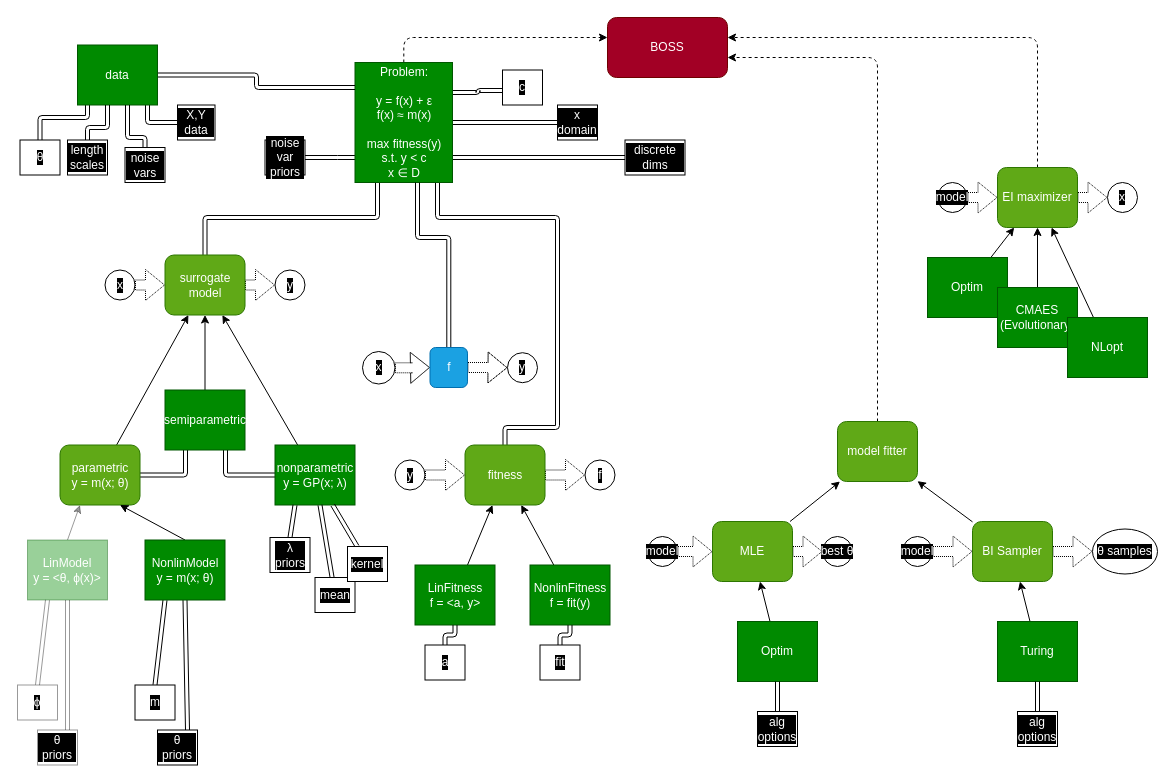
Above: boss.drawio in soldasim/BOSS.jl (draw.io), before the change. Source tidied: cells renumbered, new cells numbered last; positions are measured from the earlier drawing's top-left corner, leaving out a move shared by most shapes. Both pictures are drawn from the tidied source at 100%, with x=0, y=0 at pixel (17, 17).
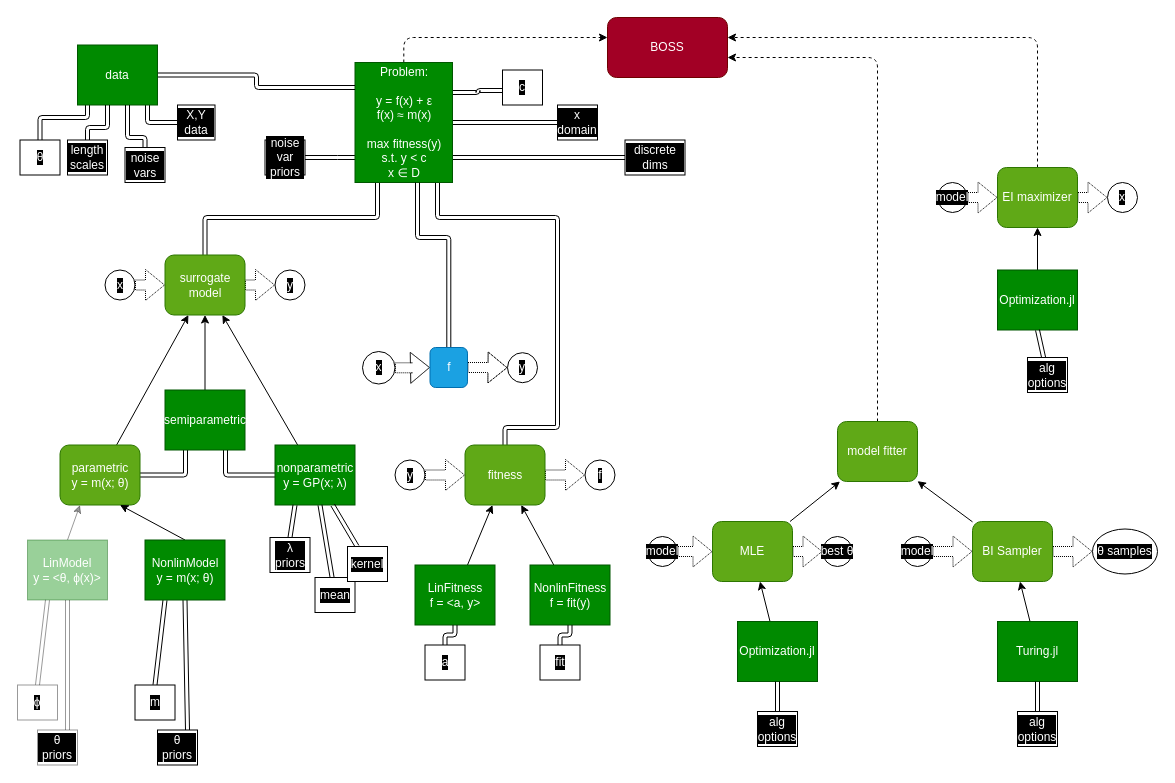
The same page after the edit.

The change refers to these unchanged cells:
```xml
<mxCell id="11" value="EI maximizer" style="rounded=1;whiteSpace=wrap;html=1;fillColor=#60a917;fontColor=#ffffff;strokeColor=#2D7600;" parent="1" vertex="1">
  <mxGeometry x="980" y="150" width="80" height="60" as="geometry" />
</mxCell>
```

Diff of the diagram source:
```diff
@@
-    <mxCell id="33" value="Optim" style="rounded=0;whiteSpace=wrap;html=1;fillColor=#008a00;fontColor=#ffffff;strokeColor=#005700;" parent="1" vertex="1">
-      <mxGeometry x="910" y="240" width="80" height="60" as="geometry" />
+    <mxCell id="33" value="Optimization.jl" style="rounded=0;whiteSpace=wrap;html=1;fillColor=#008a00;fontColor=#ffffff;strokeColor=#005700;" parent="1" vertex="1">
+      <mxGeometry x="980" y="252.5" width="80" height="60" as="geometry" />
     </mxCell>
@@
-    <mxCell id="35" value="Optim" style="rounded=0;whiteSpace=wrap;html=1;fillColor=#008a00;fontColor=#ffffff;strokeColor=#005700;" parent="1" vertex="1">
+    <mxCell id="35" value="Optimization.jl" style="rounded=0;whiteSpace=wrap;html=1;fillColor=#008a00;fontColor=#ffffff;strokeColor=#005700;" parent="1" vertex="1">
       <mxGeometry x="720" y="604" width="80" height="60" as="geometry" />
     </mxCell>
-    <mxCell id="36" style="edgeStyle=none;rounded=1;html=1;strokeColor=default;fontColor=#FFFFFF;" parent="1" edge="1" source="37" target="11">
-      <mxGeometry relative="1" as="geometry" />
-    </mxCell>
-    <mxCell id="37" value="CMAES (Evolutionary)" style="rounded=0;whiteSpace=wrap;html=1;fillColor=#008a00;fontColor=#ffffff;strokeColor=#005700;" parent="1" vertex="1">
-      <mxGeometry x="980" y="270" width="80" height="60" as="geometry" />
-    </mxCell>
-    <mxCell id="38" style="edgeStyle=none;rounded=1;html=1;strokeColor=default;fontColor=#FFFFFF;" parent="1" edge="1" source="39" target="11">
-      <mxGeometry relative="1" as="geometry" />
-    </mxCell>
-    <mxCell id="39" value="NLopt" style="rounded=0;whiteSpace=wrap;html=1;fillColor=#008a00;fontColor=#ffffff;strokeColor=#005700;" parent="1" vertex="1">
-      <mxGeometry x="1050" y="300" width="80" height="60" as="geometry" />
-    </mxCell>
@@
-    <mxCell id="41" value="Turing" style="rounded=0;whiteSpace=wrap;html=1;fillColor=#008a00;fontColor=#ffffff;strokeColor=#005700;" parent="1" vertex="1">
+    <mxCell id="41" value="Turing.jl" style="rounded=0;whiteSpace=wrap;html=1;fillColor=#008a00;fontColor=#ffffff;strokeColor=#005700;" parent="1" vertex="1">
       <mxGeometry x="980" y="604" width="80" height="60" as="geometry" />
     </mxCell>
@@
+    <mxCell id="109" style="edgeStyle=none;shape=link;html=1;entryX=0.5;entryY=1;entryDx=0;entryDy=0;" parent="1" edge="1" source="110" target="33">
+      <mxGeometry relative="1" as="geometry" />
+    </mxCell>
+    <mxCell id="110" value="alg options" style="rounded=0;whiteSpace=wrap;labelBackgroundColor=#000000;fontColor=#FFFFFF;" parent="1" vertex="1">
+      <mxGeometry x="1010" y="340" width="40" height="35" as="geometry" />
+    </mxCell>
```
